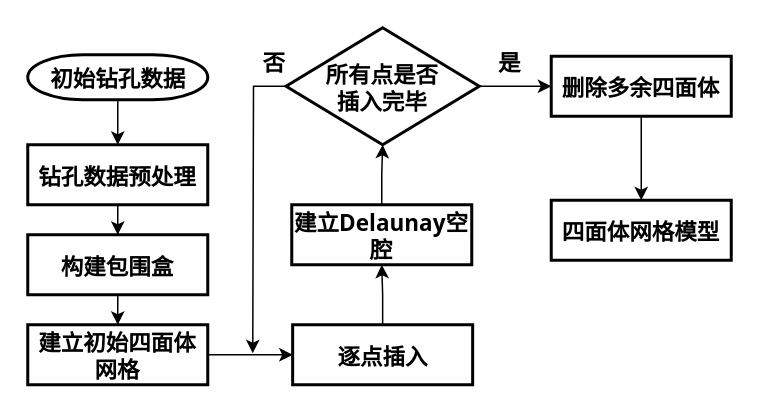
czbczl/huitu keeps this draw.io diagram as 四面体网格.drawio. Above is the earlier version. Source tidied: cells renumbered, new cells numbered last; positions are measured from the earlier drawing's top-left corner, leaving out a move shared by most shapes. Both pictures are drawn from the tidied source at 150%, with x=0, y=0 at pixel (27, 27).
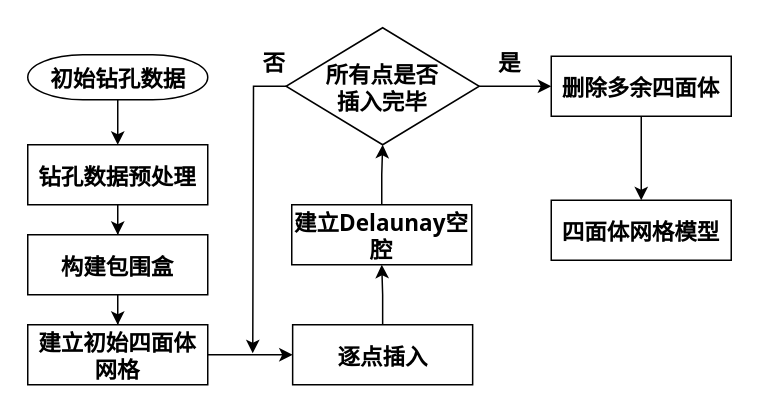
The same page after the edit.

Commit message:
更新四面体网格.drawio

Change to the diagram source:
```diff
@@
-    <mxCell id="2" style="edgeStyle=orthogonalEdgeStyle;rounded=0;jettySize=auto;html=1;fontStyle=1;fontFamily=Tahoma;fontSize=15;" parent="1" edge="1" source="3" target="5">
+    <mxCell id="2" style="edgeStyle=orthogonalEdgeStyle;rounded=0;jettySize=auto;html=1;fontStyle=1;fontFamily=Tahoma;fontSize=15;strokeWidth=1;" parent="1" edge="1" source="3" target="5">
       <mxGeometry relative="1" as="geometry" />
     </mxCell>
-    <mxCell id="3" value="初始钻孔数据" style="shape=mxgraph.flowchart.terminator;strokeWidth=2;gradientColor=none;gradientDirection=north;fontStyle=1;html=1;fontFamily=Tahoma;fontSize=15;" parent="1" vertex="1">
+    <mxCell id="3" value="初始钻孔数据" style="shape=mxgraph.flowchart.terminator;strokeWidth=1;gradientColor=none;gradientDirection=north;fontStyle=1;html=1;fontFamily=Tahoma;fontSize=15;" parent="1" vertex="1">
       <mxGeometry y="18" width="120" height="30" as="geometry" />
     </mxCell>
-    <mxCell id="4" style="edgeStyle=orthogonalEdgeStyle;rounded=0;jettySize=auto;html=1;fontStyle=1;fontFamily=Tahoma;fontSize=15;" parent="1" edge="1" source="5" target="7">
+    <mxCell id="4" style="edgeStyle=orthogonalEdgeStyle;rounded=0;jettySize=auto;html=1;fontStyle=1;fontFamily=Tahoma;fontSize=15;strokeWidth=1;" parent="1" edge="1" source="5" target="7">
       <mxGeometry relative="1" as="geometry" />
     </mxCell>
-    <mxCell id="5" value="钻孔数据预处理" style="whiteSpace=wrap;html=1;fontStyle=1;strokeWidth=2;gradientDirection=north;fontFamily=Tahoma;fontSize=15;" parent="1" vertex="1">
+    <mxCell id="5" value="钻孔数据预处理" style="whiteSpace=wrap;html=1;fontStyle=1;strokeWidth=1;gradientDirection=north;fontFamily=Tahoma;fontSize=15;" parent="1" vertex="1">
       <mxGeometry y="78" width="120" height="40" as="geometry" />
     </mxCell>
-    <mxCell id="6" style="edgeStyle=orthogonalEdgeStyle;rounded=0;jettySize=auto;html=1;fontStyle=1;fontFamily=Tahoma;fontSize=15;" parent="1" edge="1" source="7" target="9">
+    <mxCell id="6" style="edgeStyle=orthogonalEdgeStyle;rounded=0;jettySize=auto;html=1;fontStyle=1;fontFamily=Tahoma;fontSize=15;strokeWidth=1;" parent="1" edge="1" source="7" target="9">
       <mxGeometry relative="1" as="geometry" />
     </mxCell>
-    <mxCell id="7" value="构建包围盒" style="whiteSpace=wrap;html=1;fontStyle=1;strokeWidth=2;gradientDirection=north;fontFamily=Tahoma;fontSize=15;" parent="1" vertex="1">
+    <mxCell id="7" value="构建包围盒" style="whiteSpace=wrap;html=1;fontStyle=1;strokeWidth=1;gradientDirection=north;fontFamily=Tahoma;fontSize=15;" parent="1" vertex="1">
       <mxGeometry y="138" width="120" height="40" as="geometry" />
     </mxCell>
-    <mxCell id="8" style="edgeStyle=orthogonalEdgeStyle;rounded=0;jettySize=auto;html=1;fontStyle=1;fontFamily=Tahoma;fontSize=15;" parent="1" edge="1" source="9" target="11">
+    <mxCell id="8" style="edgeStyle=orthogonalEdgeStyle;rounded=0;jettySize=auto;html=1;fontStyle=1;fontFamily=Tahoma;fontSize=15;strokeWidth=1;" parent="1" edge="1" source="9" target="11">
       <mxGeometry relative="1" as="geometry" />
     </mxCell>
-    <mxCell id="9" value="建立初始四面体网格" style="whiteSpace=wrap;html=1;fontStyle=1;strokeWidth=2;gradientDirection=north;fontFamily=Tahoma;fontSize=15;" parent="1" vertex="1">
+    <mxCell id="9" value="建立初始四面体网格" style="whiteSpace=wrap;html=1;fontStyle=1;strokeWidth=1;gradientDirection=north;fontFamily=Tahoma;fontSize=15;" parent="1" vertex="1">
       <mxGeometry y="198" width="120" height="40" as="geometry" />
     </mxCell>
-    <mxCell id="10" style="edgeStyle=orthogonalEdgeStyle;rounded=0;jettySize=auto;html=1;fontStyle=1;fontFamily=Tahoma;fontSize=15;" parent="1" edge="1" source="11" target="13">
+    <mxCell id="10" style="edgeStyle=orthogonalEdgeStyle;rounded=0;jettySize=auto;html=1;fontStyle=1;fontFamily=Tahoma;fontSize=15;strokeWidth=1;" parent="1" edge="1" source="11" target="13">
       <mxGeometry relative="1" as="geometry" />
     </mxCell>
-    <mxCell id="11" value="逐点插入" style="whiteSpace=wrap;html=1;fontStyle=1;strokeWidth=2;gradientDirection=north;fontFamily=Tahoma;fontSize=15;" parent="1" vertex="1">
+    <mxCell id="11" value="逐点插入" style="whiteSpace=wrap;html=1;fontStyle=1;strokeWidth=1;gradientDirection=north;fontFamily=Tahoma;fontSize=15;" parent="1" vertex="1">
       <mxGeometry x="176.6" y="198" width="120" height="40" as="geometry" />
     </mxCell>
-    <mxCell id="12" style="edgeStyle=orthogonalEdgeStyle;rounded=0;jettySize=auto;html=1;fontStyle=1;fontFamily=Tahoma;fontSize=15;" parent="1" edge="1" source="13" target="16">
+    <mxCell id="12" style="edgeStyle=orthogonalEdgeStyle;rounded=0;jettySize=auto;html=1;fontStyle=1;fontFamily=Tahoma;fontSize=15;strokeWidth=1;" parent="1" edge="1" source="13" target="16">
       <mxGeometry relative="1" as="geometry" />
     </mxCell>
-    <mxCell id="13" value="建立Delaunay空腔" style="whiteSpace=wrap;html=1;fontStyle=1;strokeWidth=2;gradientDirection=north;fontFamily=Tahoma;fontSize=15;" parent="1" vertex="1">
+    <mxCell id="13" value="建立Delaunay空腔" style="whiteSpace=wrap;html=1;fontStyle=1;strokeWidth=1;gradientDirection=north;fontFamily=Tahoma;fontSize=15;" parent="1" vertex="1">
       <mxGeometry x="176" y="118" width="120" height="40" as="geometry" />
     </mxCell>
-    <mxCell id="14" style="edgeStyle=orthogonalEdgeStyle;rounded=0;jettySize=auto;html=1;exitX=0;exitY=0.5;exitDx=0;exitDy=0;fontFamily=Tahoma;fontSize=15;" parent="1" edge="1" source="16">
+    <mxCell id="14" style="edgeStyle=orthogonalEdgeStyle;rounded=0;jettySize=auto;html=1;exitX=0;exitY=0.5;exitDx=0;exitDy=0;fontFamily=Tahoma;fontSize=15;strokeWidth=1;" parent="1" edge="1" source="16">
       <mxGeometry relative="1" as="geometry">
         <mxPoint x="150" y="217" as="targetPoint" />
       </mxGeometry>
     </mxCell>
-    <mxCell id="15" style="edgeStyle=orthogonalEdgeStyle;rounded=0;jettySize=auto;html=1;entryX=0;entryY=0.5;entryDx=0;entryDy=0;fontFamily=Tahoma;fontSize=15;" parent="1" edge="1" source="16" target="19">
+    <mxCell id="15" style="edgeStyle=orthogonalEdgeStyle;rounded=0;jettySize=auto;html=1;entryX=0;entryY=0.5;entryDx=0;entryDy=0;fontFamily=Tahoma;fontSize=15;strokeWidth=1;" parent="1" edge="1" source="16" target="19">
       <mxGeometry relative="1" as="geometry" />
     </mxCell>
-    <mxCell id="16" value="所有点是否 &lt;br&gt;插入完毕" style="rhombus;whiteSpace=wrap;html=1;fontStyle=1;strokeWidth=2;gradientDirection=north;fontFamily=Tahoma;fontSize=15;" parent="1" vertex="1">
+    <mxCell id="16" value="所有点是否 &lt;br&gt;插入完毕" style="rhombus;whiteSpace=wrap;html=1;fontStyle=1;strokeWidth=1;gradientDirection=north;fontFamily=Tahoma;fontSize=15;" parent="1" vertex="1">
       <mxGeometry x="172.2" width="128.8" height="78" as="geometry" />
     </mxCell>
-    <mxCell id="17" style="edgeStyle=orthogonalEdgeStyle;rounded=0;jettySize=auto;html=1;fontStyle=1;fontFamily=Tahoma;fontSize=15;" parent="1" edge="1" source="19" target="18">
+    <mxCell id="17" style="edgeStyle=orthogonalEdgeStyle;rounded=0;jettySize=auto;html=1;fontStyle=1;fontFamily=Tahoma;fontSize=15;strokeWidth=1;" parent="1" edge="1" source="19" target="18">
       <mxGeometry relative="1" as="geometry" />
     </mxCell>
-    <mxCell id="18" value="四面体网格模型" style="whiteSpace=wrap;html=1;fontStyle=1;strokeWidth=2;gradientDirection=north;fontFamily=Tahoma;fontSize=15;" parent="1" vertex="1">
+    <mxCell id="18" value="四面体网格模型" style="whiteSpace=wrap;html=1;fontStyle=1;strokeWidth=1;gradientDirection=north;fontFamily=Tahoma;fontSize=15;" parent="1" vertex="1">
       <mxGeometry x="349" y="115" width="120" height="40" as="geometry" />
     </mxCell>
-    <mxCell id="19" value="删除多余四面体" style="whiteSpace=wrap;html=1;fontStyle=1;strokeWidth=2;gradientDirection=north;fontFamily=Tahoma;fontSize=15;" parent="1" vertex="1">
+    <mxCell id="19" value="删除多余四面体" style="whiteSpace=wrap;html=1;fontStyle=1;strokeWidth=1;gradientDirection=north;fontFamily=Tahoma;fontSize=15;" parent="1" vertex="1">
       <mxGeometry x="349" y="19" width="120" height="40" as="geometry" />
     </mxCell>
-    <mxCell id="20" value="否" style="text;html=1;align=center;verticalAlign=middle;fontStyle=1;fontFamily=Tahoma;fontSize=15;" parent="1" vertex="1">
+    <mxCell id="20" value="否" style="text;html=1;align=center;verticalAlign=middle;fontStyle=1;fontFamily=Tahoma;fontSize=15;strokeWidth=1;" parent="1" vertex="1">
       <mxGeometry x="151" y="11" width="25" height="22" as="geometry" />
     </mxCell>
-    <mxCell id="21" value="是" style="text;html=1;align=center;verticalAlign=middle;fontStyle=1;fontFamily=Tahoma;fontSize=15;" parent="1" vertex="1">
+    <mxCell id="21" value="是" style="text;html=1;align=center;verticalAlign=middle;fontStyle=1;fontFamily=Tahoma;fontSize=15;strokeWidth=1;" parent="1" vertex="1">
       <mxGeometry x="308" y="11" width="25" height="22" as="geometry" />
     </mxCell>
```
